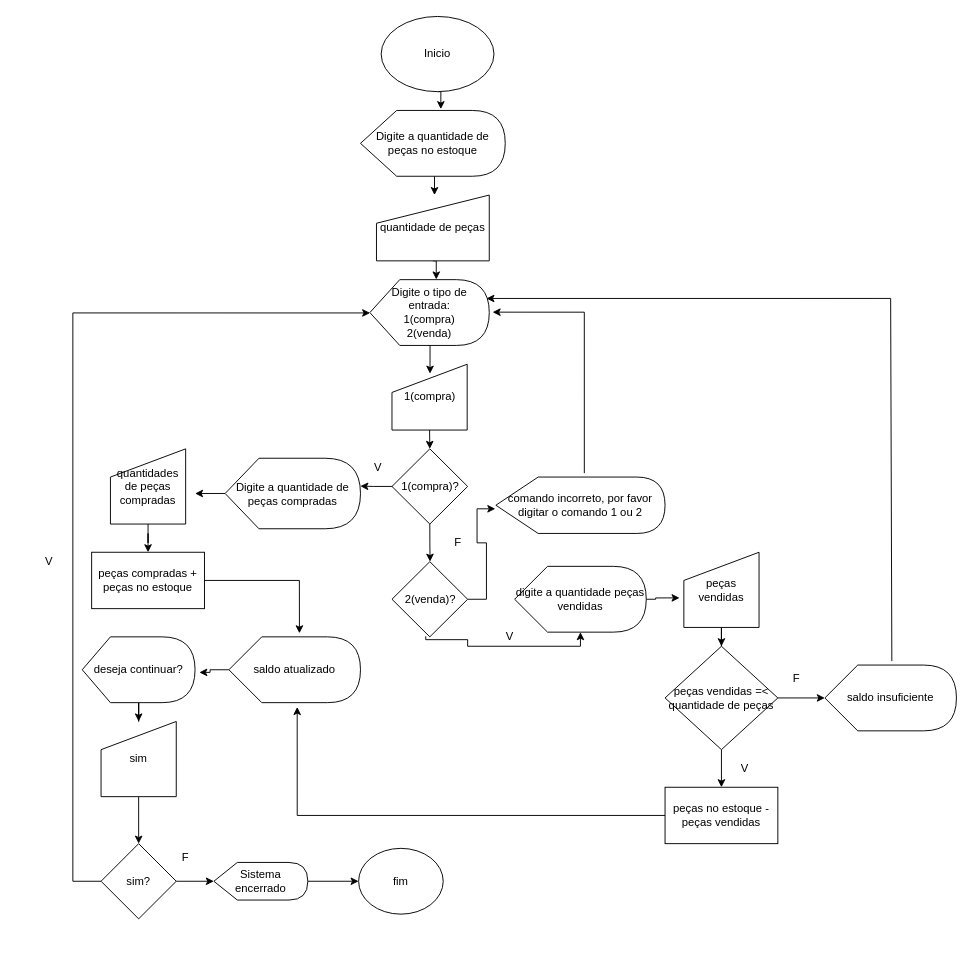
This is Diagrama sem nome.drawio from FlavioSR13/HTML-basico, a draw.io file, before an edit. Source tidied: cells renumbered, new cells numbered last; positions are measured from the earlier drawing's top-left corner, leaving out a move shared by most shapes. Both pictures are drawn from the tidied source at 94%, with x=0, y=0 at pixel (16, 16).
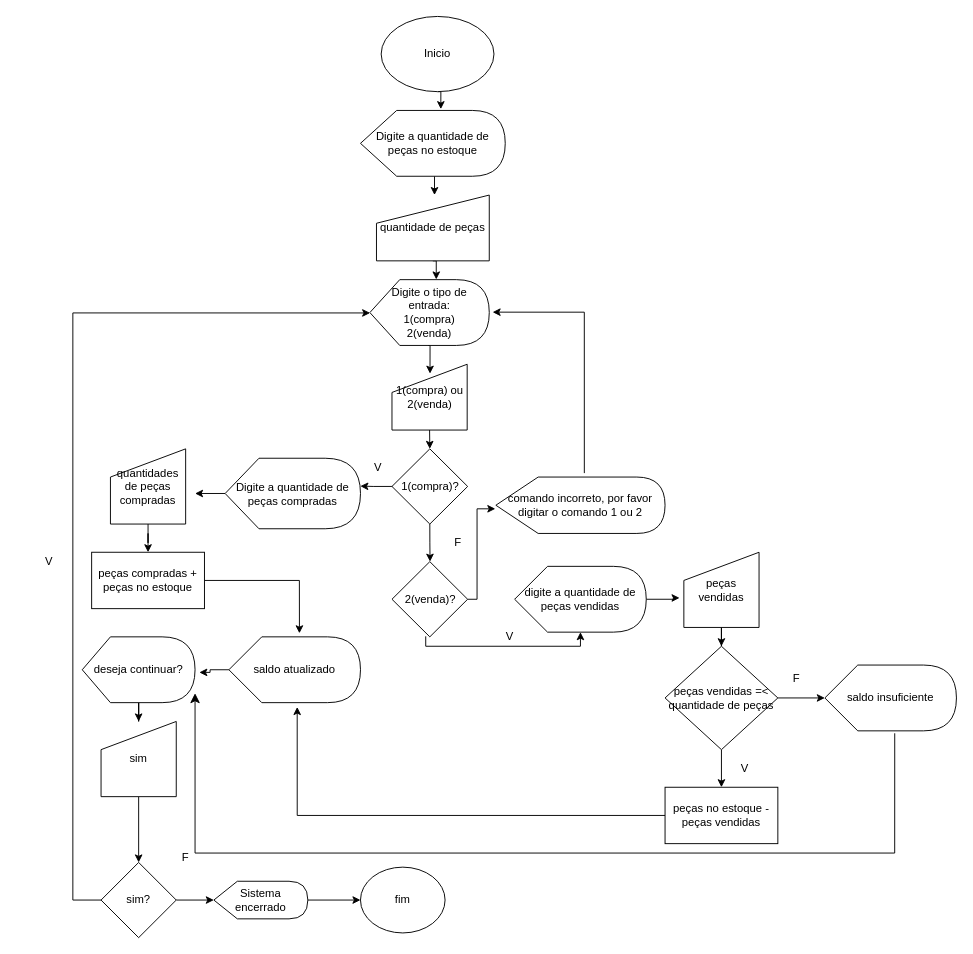
Above is the later version.

Unchanged cells that the change refers to:
```xml
<mxCell id="7" value="Digite o tipo de entrada:&lt;br&gt;1(compra)&lt;br&gt;2(venda)" style="shape=display;whiteSpace=wrap;html=1;" parent="1" vertex="1">
  <mxGeometry x="376" y="280" width="127" height="70" as="geometry" />
</mxCell>
<mxCell id="24" value="2(venda)?" style="rhombus;whiteSpace=wrap;html=1;" parent="1" vertex="1">
  <mxGeometry x="399.5" y="580" width="80.5" height="80" as="geometry" />
</mxCell>
<mxCell id="28" value="peças vendidas" style="shape=manualInput;whiteSpace=wrap;html=1;direction=east;" parent="1" vertex="1">
  <mxGeometry x="710" y="570" width="80" height="80" as="geometry" />
</mxCell>
<mxCell id="38" value="saldo insuficiente" style="shape=display;whiteSpace=wrap;html=1;" parent="1" vertex="1">
  <mxGeometry x="860" y="690" width="140" height="70" as="geometry" />
</mxCell>
<mxCell id="41" value="deseja continuar?" style="shape=display;whiteSpace=wrap;html=1;" parent="1" vertex="1">
  <mxGeometry x="70" y="660" width="120" height="70" as="geometry" />
</mxCell>
<mxCell id="51" value="comando incorreto, por favor digitar o comando 1 ou 2" style="shape=display;whiteSpace=wrap;html=1;" parent="1" vertex="1">
  <mxGeometry x="510" y="490" width="180" height="60" as="geometry" />
</mxCell>
```

Diff of the diagram source:
```diff
@@
-    <mxCell id="11" value="1(compra)" style="shape=manualInput;whiteSpace=wrap;html=1;" parent="1" vertex="1">
+    <mxCell id="11" value="1(compra) ou 2(venda)" style="shape=manualInput;whiteSpace=wrap;html=1;" parent="1" vertex="1">
       <mxGeometry x="399.5" y="370" width="80" height="70" as="geometry" />
     </mxCell>
@@
     <mxCell id="22" style="edgeStyle=orthogonalEdgeStyle;rounded=0;jettySize=auto;html=1;exitX=0.446;exitY=0.993;exitDx=0;exitDy=0;exitPerimeter=0;" parent="1" edge="1" source="24" target="26">
       <mxGeometry relative="1" as="geometry">
         <Array as="points">
-          <mxPoint x="435" y="663" />
-          <mxPoint x="480" y="663" />
-          <mxPoint x="480" y="670" />
+          <mxPoint x="435" y="670" />
           <mxPoint x="600" y="670" />
         </Array>
       </mxGeometry>
     </mxCell>
     <mxCell id="23" style="edgeStyle=orthogonalEdgeStyle;rounded=0;jettySize=auto;html=1;entryX=-0.003;entryY=0.563;entryDx=0;entryDy=0;entryPerimeter=0;" parent="1" edge="1" source="24" target="51">
-      <mxGeometry relative="1" as="geometry" />
+      <mxGeometry relative="1" as="geometry">
+        <Array as="points">
+          <mxPoint x="490" y="620" />
+          <mxPoint x="490" y="524" />
+        </Array>
+      </mxGeometry>
     </mxCell>
@@
     <mxCell id="25" style="edgeStyle=orthogonalEdgeStyle;rounded=0;jettySize=auto;html=1;exitX=1;exitY=0.5;exitDx=0;exitDy=0;exitPerimeter=0;entryX=-0.057;entryY=0.607;entryDx=0;entryDy=0;entryPerimeter=0;" parent="1" edge="1" source="26" target="28">
       <mxGeometry relative="1" as="geometry">
         <Array as="points">
-          <mxPoint x="680" y="620" />
-          <mxPoint x="680" y="619" />
+          <mxPoint x="700" y="620" />
+          <mxPoint x="700" y="619" />
         </Array>
       </mxGeometry>
     </mxCell>
-    <mxCell id="26" value="digite a quantidade peças vendidas" style="shape=display;whiteSpace=wrap;html=1;" parent="1" vertex="1">
+    <mxCell id="26" value="digite a quantidade de peças vendidas" style="shape=display;whiteSpace=wrap;html=1;" parent="1" vertex="1">
       <mxGeometry x="530" y="585" width="140" height="70" as="geometry" />
     </mxCell>
@@
     <mxCell id="44" style="edgeStyle=orthogonalEdgeStyle;rounded=0;jettySize=auto;html=1;entryX=0.002;entryY=0.506;entryDx=0;entryDy=0;entryPerimeter=0;" parent="1" edge="1" source="46" target="7">
       <mxGeometry relative="1" as="geometry">
         <Array as="points">
-          <mxPoint x="60" y="920" />
+          <mxPoint x="60" y="940" />
           <mxPoint x="60" y="315" />
         </Array>
       </mxGeometry>
     </mxCell>
@@
     <mxCell id="46" value="sim?" style="rhombus;whiteSpace=wrap;html=1;" parent="1" vertex="1">
-      <mxGeometry x="90" y="880" width="80" height="80" as="geometry" />
+      <mxGeometry x="90" y="900" width="80" height="80" as="geometry" />
     </mxCell>
@@
     <mxCell id="48" value="Sistema encerrado" style="shape=display;whiteSpace=wrap;html=1;" parent="1" vertex="1">
-      <mxGeometry x="210" y="900" width="100" height="40" as="geometry" />
+      <mxGeometry x="210" y="920" width="100" height="40" as="geometry" />
     </mxCell>
     <mxCell id="49" value="fim" style="ellipse;whiteSpace=wrap;html=1;" parent="1" vertex="1">
-      <mxGeometry x="364" y="885" width="90" height="70" as="geometry" />
+      <mxGeometry x="366" y="905" width="90" height="70" as="geometry" />
     </mxCell>
@@
-    <mxCell id="55" style="edgeStyle=none;jettySize=auto;html=1;rounded=0;entryX=0.976;entryY=0.286;entryDx=0;entryDy=0;entryPerimeter=0;exitX=0.509;exitY=-0.06;exitDx=0;exitDy=0;exitPerimeter=0;" parent="1" edge="1" source="38" target="7">
-      <mxGeometry relative="1" as="geometry">
-        <Array as="points">
-          <mxPoint x="930" y="300" />
-        </Array>
-      </mxGeometry>
-    </mxCell>
+    <mxCell id="56" style="edgeStyle=segmentEdgeStyle;endArrow=classic;html=1;curved=0;rounded=0;endSize=8;startSize=8;sourcePerimeterSpacing=0;targetPerimeterSpacing=0;exitX=0.531;exitY=1.037;exitDx=0;exitDy=0;exitPerimeter=0;entryX=1;entryY=0.857;entryDx=0;entryDy=0;entryPerimeter=0;" parent="1" edge="1" source="38" target="41">
+      <mxGeometry relative="1" as="geometry">
+        <Array as="points">
+          <mxPoint x="934" y="890" />
+          <mxPoint x="190" y="890" />
+        </Array>
+      </mxGeometry>
+    </mxCell>
```
